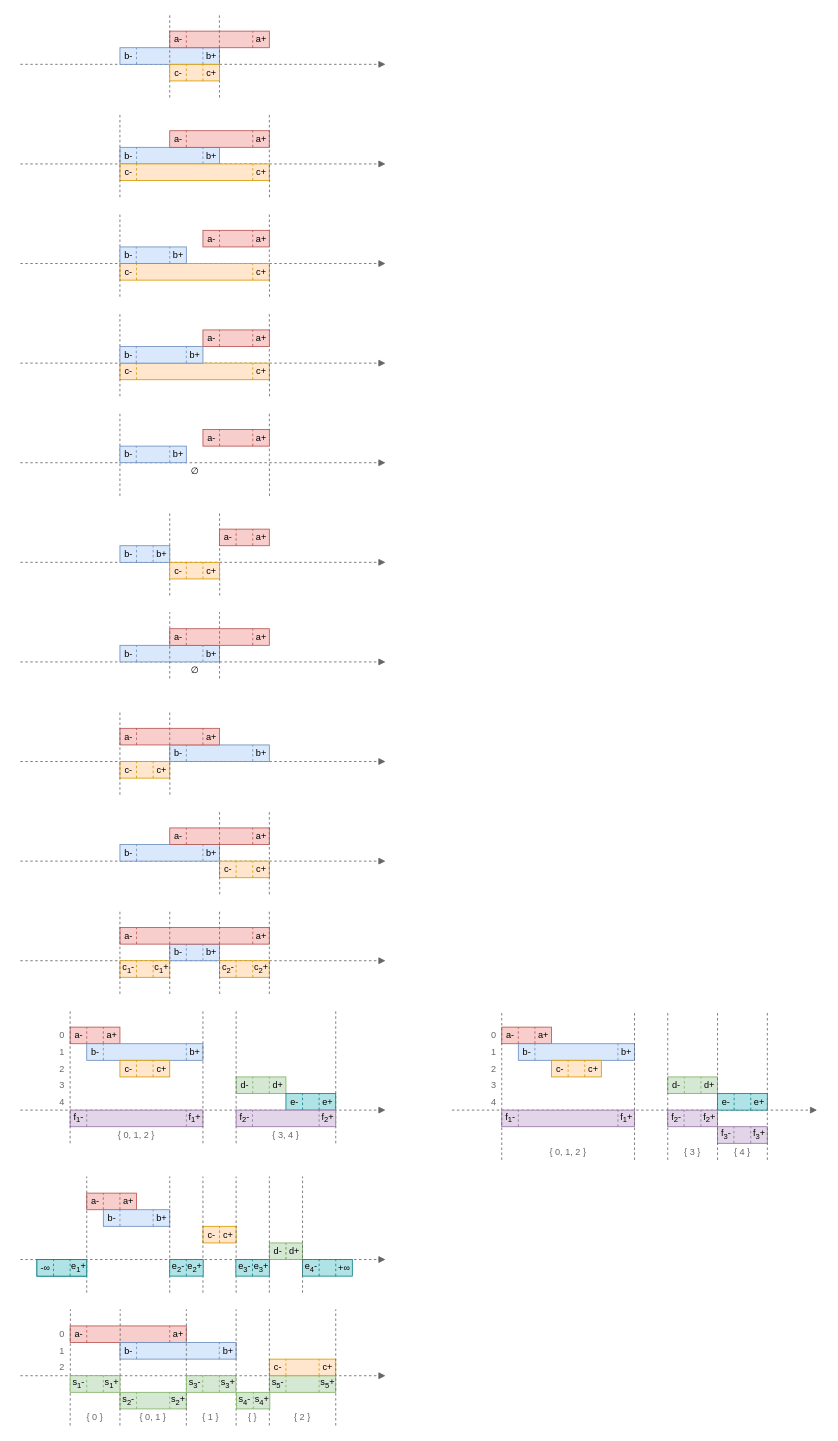
The draw.io diagram page "Algorithms" (5 of 7) of res/resources.drawio in gchudnov/mindthegap, before the edit. Source tidied: cells renumbered, new cells numbered last; positions are measured from the earlier drawing's top-left corner, leaving out a move shared by most shapes. Both pictures are drawn from the tidied source at 83%, with x=0, y=0 at pixel (20, 14).
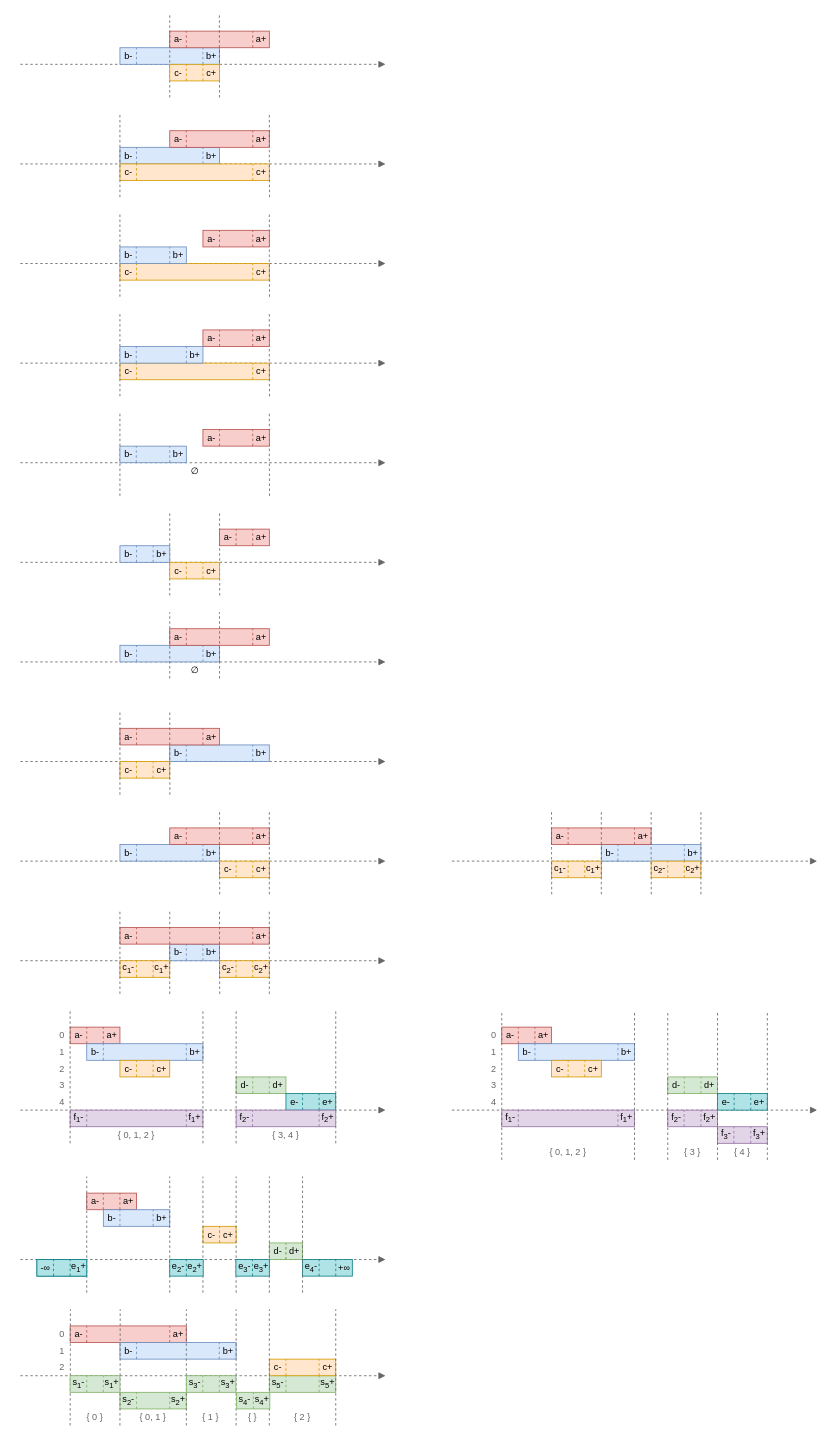
Above is the later version.

What changed in the source:
```diff
@@
+    <mxCell id="435" style="endArrow=block;html=1;fontSize=12;strokeWidth=1;fillColor=#f5f5f5;strokeColor=#666666;endFill=1;dashed=1;" parent="1" edge="1">
+      <mxGeometry relative="1" as="geometry">
+        <mxPoint x="520" y="1020" as="sourcePoint" />
+        <mxPoint x="960" y="1020" as="targetPoint" />
+      </mxGeometry>
+    </mxCell>
+    <mxCell id="436" style="group;" parent="1" vertex="1">
+      <mxGeometry x="700" y="1000" width="120" height="20" as="geometry" />
+    </mxCell>
+    <mxCell id="437" style="rounded=0;whiteSpace=wrap;html=1;fontSize=12;strokeWidth=1;fillColor=#dae8fc;strokeColor=#6c8ebf;" parent="436" vertex="1">
+      <mxGeometry width="120" height="20" as="geometry" />
+    </mxCell>
+    <mxCell id="438" value="b-" style="text;html=1;strokeColor=none;fillColor=none;align=center;verticalAlign=middle;rounded=0;fontSize=11;" parent="436" vertex="1">
+      <mxGeometry width="20" height="20" as="geometry" />
+    </mxCell>
+    <mxCell id="439" value="b+" style="text;strokeColor=none;fillColor=none;align=center;verticalAlign=middle;rounded=0;fontSize=11;html=1;spacing=2;" parent="436" vertex="1">
+      <mxGeometry x="100" width="20" height="20" as="geometry" />
+    </mxCell>
+    <mxCell id="440" style="endArrow=none;dashed=1;html=1;strokeWidth=1;fontSize=11;fillColor=#dae8fc;strokeColor=#6c8ebf;" parent="436" edge="1">
+      <mxGeometry relative="1" as="geometry">
+        <mxPoint x="100" y="20" as="sourcePoint" />
+        <mxPoint x="100" as="targetPoint" />
+      </mxGeometry>
+    </mxCell>
+    <mxCell id="441" style="endArrow=none;dashed=1;html=1;strokeWidth=1;fontSize=11;fillColor=#dae8fc;strokeColor=#6c8ebf;" parent="436" edge="1">
+      <mxGeometry relative="1" as="geometry">
+        <mxPoint x="20" y="20" as="sourcePoint" />
+        <mxPoint x="20" as="targetPoint" />
+      </mxGeometry>
+    </mxCell>
+    <mxCell id="442" style="group;" parent="1" vertex="1">
+      <mxGeometry x="640" y="980" width="120" height="20" as="geometry" />
+    </mxCell>
+    <mxCell id="443" style="rounded=0;whiteSpace=wrap;html=1;fontSize=12;strokeWidth=1;fillColor=#f8cecc;strokeColor=#b85450;" parent="442" vertex="1">
+      <mxGeometry width="120" height="20" as="geometry" />
+    </mxCell>
+    <mxCell id="444" value="&lt;p style=&quot;line-height: 1.2&quot;&gt;a-&lt;/p&gt;" style="text;html=1;strokeColor=none;fillColor=none;align=center;verticalAlign=middle;rounded=0;fontSize=11;labelPosition=center;verticalLabelPosition=middle;horizontal=1;" parent="442" vertex="1">
+      <mxGeometry width="20" height="20" as="geometry" />
+    </mxCell>
+    <mxCell id="445" value="a+" style="text;html=1;strokeColor=none;fillColor=none;align=center;verticalAlign=middle;rounded=0;fontSize=11;spacing=2;" parent="442" vertex="1">
+      <mxGeometry x="100" width="20" height="20" as="geometry" />
+    </mxCell>
+    <mxCell id="446" style="endArrow=none;dashed=1;html=1;strokeWidth=1;fontSize=11;fillColor=#f8cecc;strokeColor=#b85450;" parent="442" edge="1">
+      <mxGeometry relative="1" as="geometry">
+        <mxPoint x="100" y="20" as="sourcePoint" />
+        <mxPoint x="100" as="targetPoint" />
+      </mxGeometry>
+    </mxCell>
+    <mxCell id="447" style="endArrow=none;dashed=1;html=1;strokeWidth=1;fontSize=11;fillColor=#f8cecc;strokeColor=#b85450;" parent="442" edge="1">
+      <mxGeometry relative="1" as="geometry">
+        <mxPoint x="20" y="20" as="sourcePoint" />
+        <mxPoint x="20" as="targetPoint" />
+      </mxGeometry>
+    </mxCell>
+    <mxCell id="448" style="group;" parent="1" vertex="1">
+      <mxGeometry x="760" y="1020" width="60" height="20" as="geometry" />
+    </mxCell>
+    <mxCell id="449" style="rounded=0;whiteSpace=wrap;html=1;fontSize=12;strokeWidth=1;fillColor=#ffe6cc;strokeColor=#d79b00;" parent="448" vertex="1">
+      <mxGeometry width="60" height="20" as="geometry" />
+    </mxCell>
+    <mxCell id="450" value="&lt;p style=&quot;line-height: 1.2&quot;&gt;c&lt;sub&gt;2&lt;/sub&gt;-&lt;/p&gt;" style="text;html=1;strokeColor=none;fillColor=none;align=center;verticalAlign=middle;rounded=0;fontSize=11;labelPosition=center;verticalLabelPosition=middle;horizontal=1;" parent="448" vertex="1">
+      <mxGeometry width="20" height="20" as="geometry" />
+    </mxCell>
+    <mxCell id="451" value="c&lt;sub&gt;2&lt;/sub&gt;+" style="text;html=1;strokeColor=none;fillColor=none;align=center;verticalAlign=middle;rounded=0;fontSize=11;spacing=2;" parent="448" vertex="1">
+      <mxGeometry x="40" width="20" height="20" as="geometry" />
+    </mxCell>
+    <mxCell id="452" style="endArrow=none;dashed=1;html=1;strokeWidth=1;fontSize=11;fillColor=#ffe6cc;strokeColor=#d79b00;" parent="448" edge="1">
+      <mxGeometry relative="1" as="geometry">
+        <mxPoint x="40" y="20" as="sourcePoint" />
+        <mxPoint x="40" as="targetPoint" />
+      </mxGeometry>
+    </mxCell>
+    <mxCell id="453" style="endArrow=none;dashed=1;html=1;strokeWidth=1;fontSize=11;fillColor=#ffe6cc;strokeColor=#d79b00;" parent="448" edge="1">
+      <mxGeometry relative="1" as="geometry">
+        <mxPoint x="20" y="20" as="sourcePoint" />
+        <mxPoint x="20" as="targetPoint" />
+      </mxGeometry>
+    </mxCell>
+    <mxCell id="454" style="endArrow=none;dashed=1;html=1;strokeWidth=1;fontSize=11;fillColor=#f5f5f5;strokeColor=#666666;" parent="1" edge="1">
+      <mxGeometry relative="1" as="geometry">
+        <mxPoint x="760.2" y="1060" as="sourcePoint" />
+        <mxPoint x="760" y="960" as="targetPoint" />
+        <Array as="points">
+          <mxPoint x="760" y="1010" />
+        </Array>
+      </mxGeometry>
+    </mxCell>
+    <mxCell id="455" style="endArrow=none;dashed=1;html=1;strokeWidth=1;fontSize=11;fillColor=#f5f5f5;strokeColor=#666666;" parent="1" edge="1">
+      <mxGeometry relative="1" as="geometry">
+        <mxPoint x="820" y="1060" as="sourcePoint" />
+        <mxPoint x="820" y="960" as="targetPoint" />
+      </mxGeometry>
+    </mxCell>
+    <mxCell id="456" style="group;" parent="1" vertex="1">
+      <mxGeometry x="640" y="1020" width="60" height="20" as="geometry" />
+    </mxCell>
+    <mxCell id="457" style="rounded=0;whiteSpace=wrap;html=1;fontSize=12;strokeWidth=1;fillColor=#ffe6cc;strokeColor=#d79b00;" parent="456" vertex="1">
+      <mxGeometry width="60" height="20" as="geometry" />
+    </mxCell>
+    <mxCell id="458" value="&lt;p style=&quot;line-height: 1.2&quot;&gt;c&lt;sub&gt;1&lt;/sub&gt;-&lt;/p&gt;" style="text;html=1;strokeColor=none;fillColor=none;align=center;verticalAlign=middle;rounded=0;fontSize=11;labelPosition=center;verticalLabelPosition=middle;horizontal=1;" parent="456" vertex="1">
+      <mxGeometry width="20" height="20" as="geometry" />
+    </mxCell>
+    <mxCell id="459" value="c&lt;sub&gt;1&lt;/sub&gt;+" style="text;html=1;strokeColor=none;fillColor=none;align=center;verticalAlign=middle;rounded=0;fontSize=11;spacing=2;" parent="456" vertex="1">
+      <mxGeometry x="40" width="20" height="20" as="geometry" />
+    </mxCell>
+    <mxCell id="460" style="endArrow=none;dashed=1;html=1;strokeWidth=1;fontSize=11;fillColor=#ffe6cc;strokeColor=#d79b00;" parent="456" edge="1">
+      <mxGeometry relative="1" as="geometry">
+        <mxPoint x="40" y="20" as="sourcePoint" />
+        <mxPoint x="40" as="targetPoint" />
+      </mxGeometry>
+    </mxCell>
+    <mxCell id="461" style="endArrow=none;dashed=1;html=1;strokeWidth=1;fontSize=11;fillColor=#ffe6cc;strokeColor=#d79b00;" parent="456" edge="1">
+      <mxGeometry relative="1" as="geometry">
+        <mxPoint x="20" y="20" as="sourcePoint" />
+        <mxPoint x="20" as="targetPoint" />
+      </mxGeometry>
+    </mxCell>
+    <mxCell id="462" style="endArrow=none;dashed=1;html=1;strokeWidth=1;fontSize=11;fillColor=#f5f5f5;strokeColor=#666666;" parent="1" edge="1">
+      <mxGeometry relative="1" as="geometry">
+        <mxPoint x="640.2" y="1060" as="sourcePoint" />
+        <mxPoint x="640" y="960" as="targetPoint" />
+        <Array as="points">
+          <mxPoint x="640" y="1010" />
+        </Array>
+      </mxGeometry>
+    </mxCell>
+    <mxCell id="463" style="endArrow=none;dashed=1;html=1;strokeWidth=1;fontSize=11;fillColor=#f5f5f5;strokeColor=#666666;" parent="1" edge="1">
+      <mxGeometry relative="1" as="geometry">
+        <mxPoint x="700" y="1060" as="sourcePoint" />
+        <mxPoint x="700" y="960" as="targetPoint" />
+      </mxGeometry>
+    </mxCell>
```
